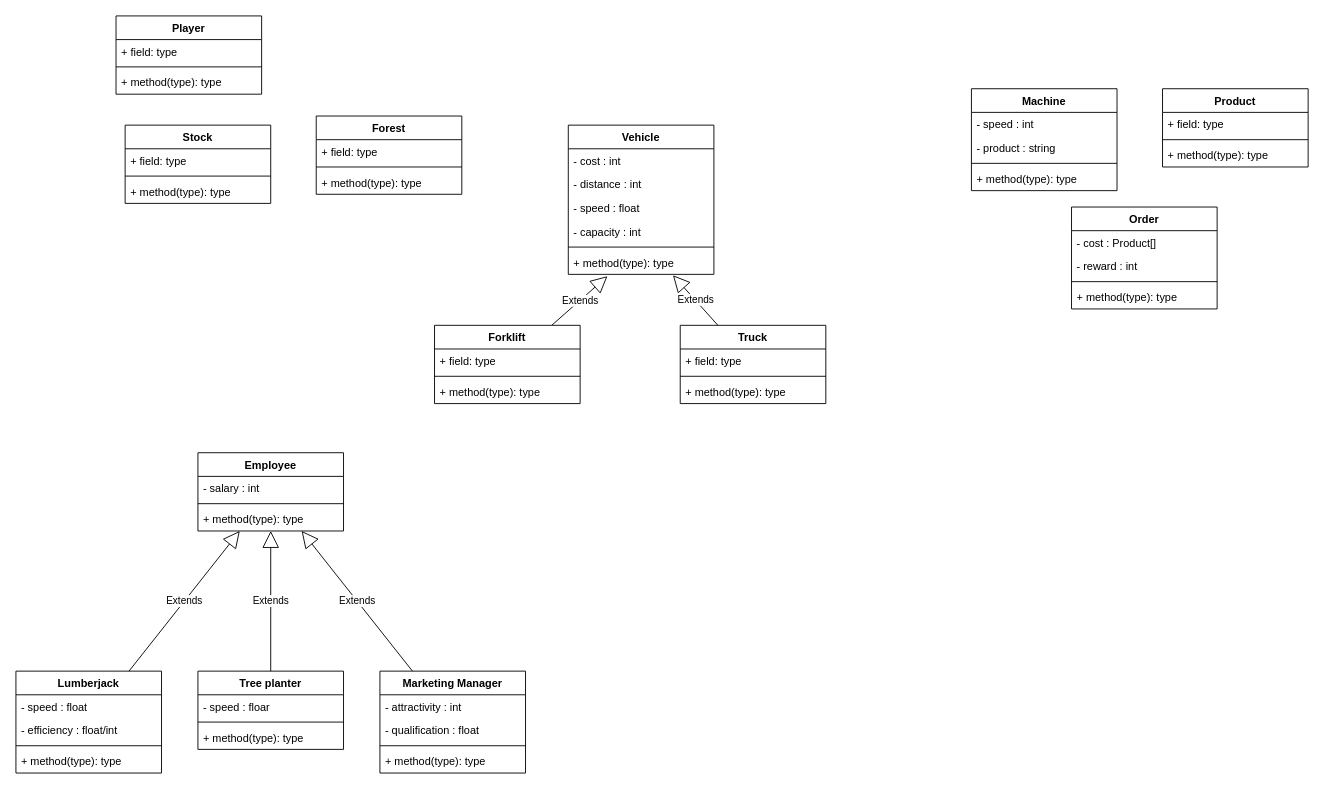
QuinD3cim/AP4B_Lumber keeps this draw.io diagram as UML_diagrams/reduced_visibility_uml.drawio. Above is the earlier version. Source tidied: cells renumbered, new cells numbered last; positions are measured from the earlier drawing's top-left corner, leaving out a move shared by most shapes. Both pictures are drawn from the tidied source at 91%, with x=0, y=0 at pixel (15, 15).
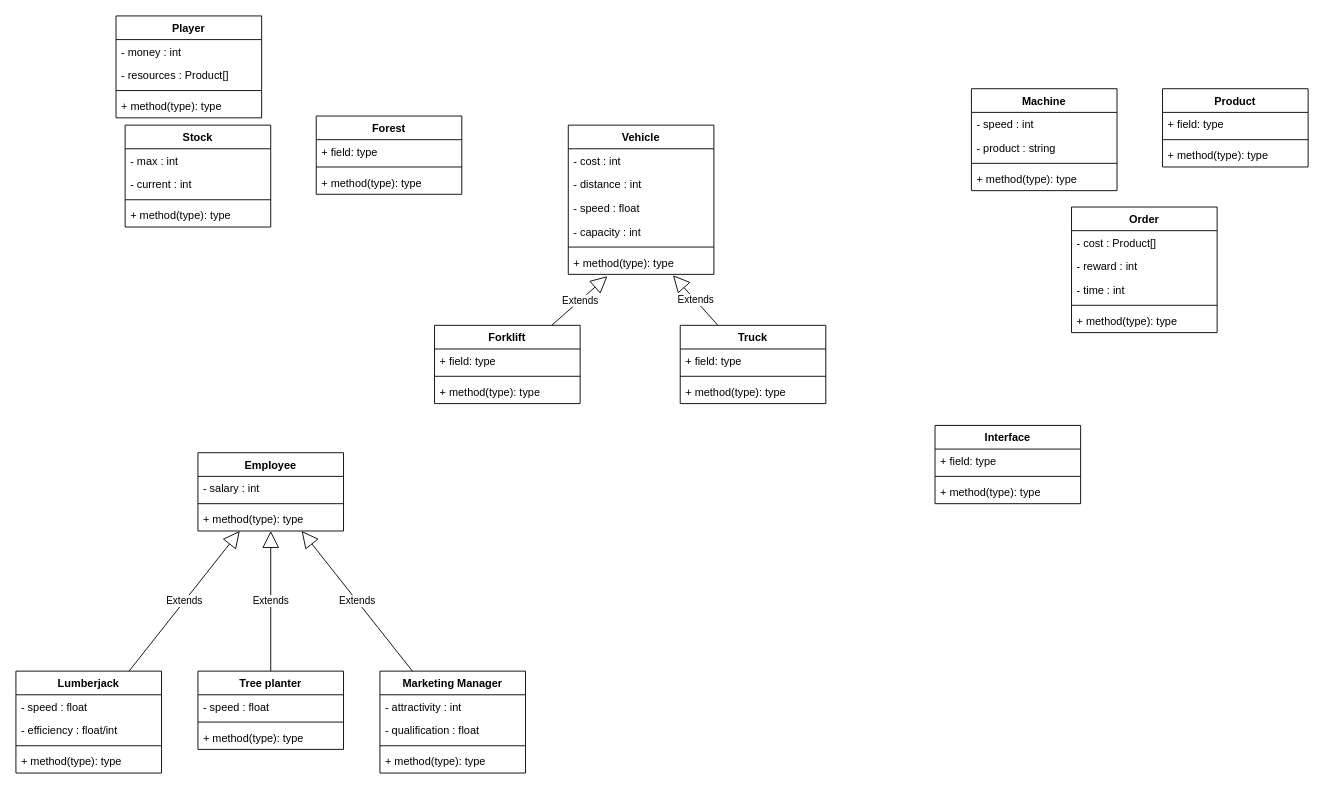
The same page after the edit.

Commit message:
Remodifying the uml :coffin:

The change refers to these unchanged cells:
```xml
<mxCell id="10" value="Tree planter" style="swimlane;fontStyle=1;align=center;verticalAlign=top;horizontal=1;startSize=26;" parent="1" vertex="1">
  <mxGeometry x="200" y="720" width="160" height="86" as="geometry" />
</mxCell>
```

Diff of the diagram source:
```diff
@@
     <mxCell id="6" value="Player" style="swimlane;fontStyle=1;align=center;verticalAlign=top;horizontal=1;startSize=26;" parent="1" vertex="1">
-      <mxGeometry x="110" width="160" height="86" as="geometry" />
+      <mxGeometry x="110" width="160" height="112" as="geometry" />
     </mxCell>
-    <mxCell id="7" value="+ field: type" style="text;strokeColor=none;fillColor=none;align=left;verticalAlign=top;spacingLeft=4;spacingRight=4;overflow=hidden;" parent="6" vertex="1">
+    <mxCell id="7" value="- money : int" style="text;strokeColor=none;fillColor=none;align=left;verticalAlign=top;spacingLeft=4;spacingRight=4;overflow=hidden;" parent="6" vertex="1">
       <mxGeometry y="26" width="160" height="26" as="geometry" />
     </mxCell>
+    <mxCell id="66" value="- resources : Product[]" style="text;strokeColor=none;fillColor=none;align=left;verticalAlign=top;spacingLeft=4;spacingRight=4;overflow=hidden;" parent="6" vertex="1">
+      <mxGeometry y="52" width="160" height="26" as="geometry" />
+    </mxCell>
     <mxCell id="8" style="line;strokeWidth=1;fillColor=none;align=left;verticalAlign=middle;spacingTop=-1;spacingLeft=3;spacingRight=3;labelPosition=right;" parent="6" vertex="1">
-      <mxGeometry y="52" width="160" height="8" as="geometry" />
+      <mxGeometry y="78" width="160" height="8" as="geometry" />
     </mxCell>
     <mxCell id="9" value="+ method(type): type" style="text;strokeColor=none;fillColor=none;align=left;verticalAlign=top;spacingLeft=4;spacingRight=4;overflow=hidden;" parent="6" vertex="1">
-      <mxGeometry y="60" width="160" height="26" as="geometry" />
+      <mxGeometry y="86" width="160" height="26" as="geometry" />
     </mxCell>
@@
-    <mxCell id="11" value="- speed : floar" style="text;strokeColor=none;fillColor=none;align=left;verticalAlign=top;spacingLeft=4;spacingRight=4;overflow=hidden;" parent="10" vertex="1">
+    <mxCell id="11" value="- speed : float" style="text;strokeColor=none;fillColor=none;align=left;verticalAlign=top;spacingLeft=4;spacingRight=4;overflow=hidden;" parent="10" vertex="1">
       <mxGeometry y="26" width="160" height="26" as="geometry" />
     </mxCell>
@@
     <mxCell id="43" value="Stock" style="swimlane;fontStyle=1;align=center;verticalAlign=top;horizontal=1;startSize=26;" parent="1" vertex="1">
-      <mxGeometry x="120" y="120" width="160" height="86" as="geometry" />
+      <mxGeometry x="120" y="120" width="160" height="112" as="geometry" />
     </mxCell>
-    <mxCell id="44" value="+ field: type" style="text;strokeColor=none;fillColor=none;align=left;verticalAlign=top;spacingLeft=4;spacingRight=4;overflow=hidden;" parent="43" vertex="1">
+    <mxCell id="44" value="- max : int" style="text;strokeColor=none;fillColor=none;align=left;verticalAlign=top;spacingLeft=4;spacingRight=4;overflow=hidden;" parent="43" vertex="1">
       <mxGeometry y="26" width="160" height="26" as="geometry" />
     </mxCell>
+    <mxCell id="67" value="- current : int" style="text;strokeColor=none;fillColor=none;align=left;verticalAlign=top;spacingLeft=4;spacingRight=4;overflow=hidden;" parent="43" vertex="1">
+      <mxGeometry y="52" width="160" height="26" as="geometry" />
+    </mxCell>
     <mxCell id="45" style="line;strokeWidth=1;fillColor=none;align=left;verticalAlign=middle;spacingTop=-1;spacingLeft=3;spacingRight=3;labelPosition=right;" parent="43" vertex="1">
-      <mxGeometry y="52" width="160" height="8" as="geometry" />
+      <mxGeometry y="78" width="160" height="8" as="geometry" />
     </mxCell>
     <mxCell id="46" value="+ method(type): type" style="text;strokeColor=none;fillColor=none;align=left;verticalAlign=top;spacingLeft=4;spacingRight=4;overflow=hidden;" parent="43" vertex="1">
-      <mxGeometry y="60" width="160" height="26" as="geometry" />
+      <mxGeometry y="86" width="160" height="26" as="geometry" />
     </mxCell>
@@
     <mxCell id="61" value="Order" style="swimlane;fontStyle=1;align=center;verticalAlign=top;horizontal=1;startSize=26;" parent="1" vertex="1">
-      <mxGeometry x="1160" y="210" width="160" height="112" as="geometry" />
+      <mxGeometry x="1160" y="210" width="160" height="138" as="geometry" />
     </mxCell>
@@
+    <mxCell id="68" value="- time : int" style="text;strokeColor=none;fillColor=none;align=left;verticalAlign=top;spacingLeft=4;spacingRight=4;overflow=hidden;" parent="61" vertex="1">
+      <mxGeometry y="78" width="160" height="26" as="geometry" />
+    </mxCell>
     <mxCell id="64" style="line;strokeWidth=1;fillColor=none;align=left;verticalAlign=middle;spacingTop=-1;spacingLeft=3;spacingRight=3;labelPosition=right;" parent="61" vertex="1">
-      <mxGeometry y="78" width="160" height="8" as="geometry" />
+      <mxGeometry y="104" width="160" height="8" as="geometry" />
     </mxCell>
     <mxCell id="65" value="+ method(type): type" style="text;strokeColor=none;fillColor=none;align=left;verticalAlign=top;spacingLeft=4;spacingRight=4;overflow=hidden;" parent="61" vertex="1">
-      <mxGeometry y="86" width="160" height="26" as="geometry" />
+      <mxGeometry y="112" width="160" height="26" as="geometry" />
     </mxCell>
+    <mxCell id="69" value="Interface" style="swimlane;fontStyle=1;align=center;verticalAlign=top;horizontal=1;startSize=26;" parent="1" vertex="1">
+      <mxGeometry x="1010" y="450" width="160" height="86" as="geometry" />
+    </mxCell>
+    <mxCell id="70" value="+ field: type" style="text;strokeColor=none;fillColor=none;align=left;verticalAlign=top;spacingLeft=4;spacingRight=4;overflow=hidden;" parent="69" vertex="1">
+      <mxGeometry y="26" width="160" height="26" as="geometry" />
+    </mxCell>
+    <mxCell id="71" style="line;strokeWidth=1;fillColor=none;align=left;verticalAlign=middle;spacingTop=-1;spacingLeft=3;spacingRight=3;labelPosition=right;" parent="69" vertex="1">
+      <mxGeometry y="52" width="160" height="8" as="geometry" />
+    </mxCell>
+    <mxCell id="72" value="+ method(type): type" style="text;strokeColor=none;fillColor=none;align=left;verticalAlign=top;spacingLeft=4;spacingRight=4;overflow=hidden;" parent="69" vertex="1">
+      <mxGeometry y="60" width="160" height="26" as="geometry" />
+    </mxCell>
```
